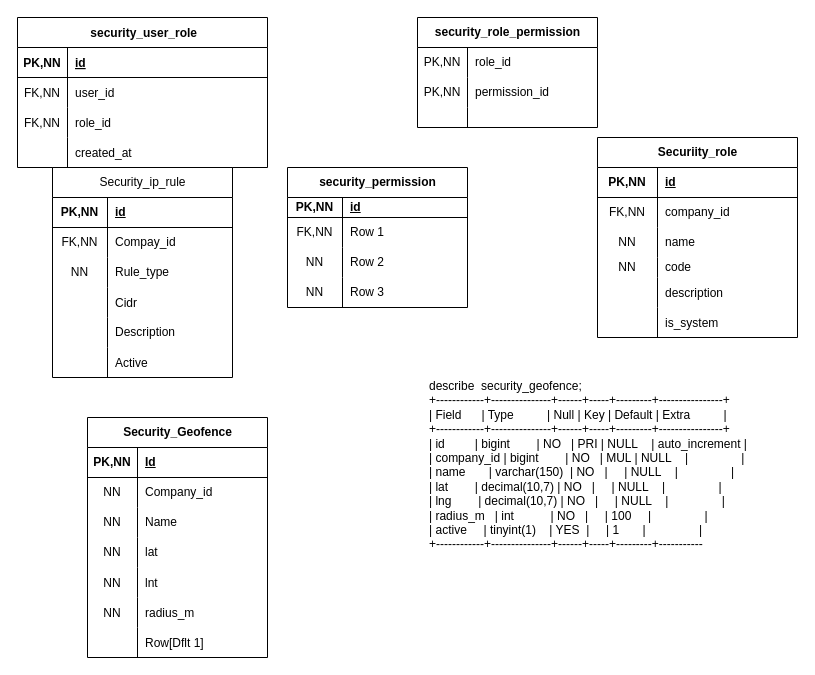
The draw.io diagram Untitled Diagram.drawio.xml in Shreya-Kosabe-07/hrms_flows2, before the edit. Source tidied: cells renumbered, new cells numbered last; positions are measured from the earlier drawing's top-left corner, leaving out a move shared by most shapes. Both pictures are drawn from the tidied source at 100%, with x=0, y=0 at pixel (17, 17).
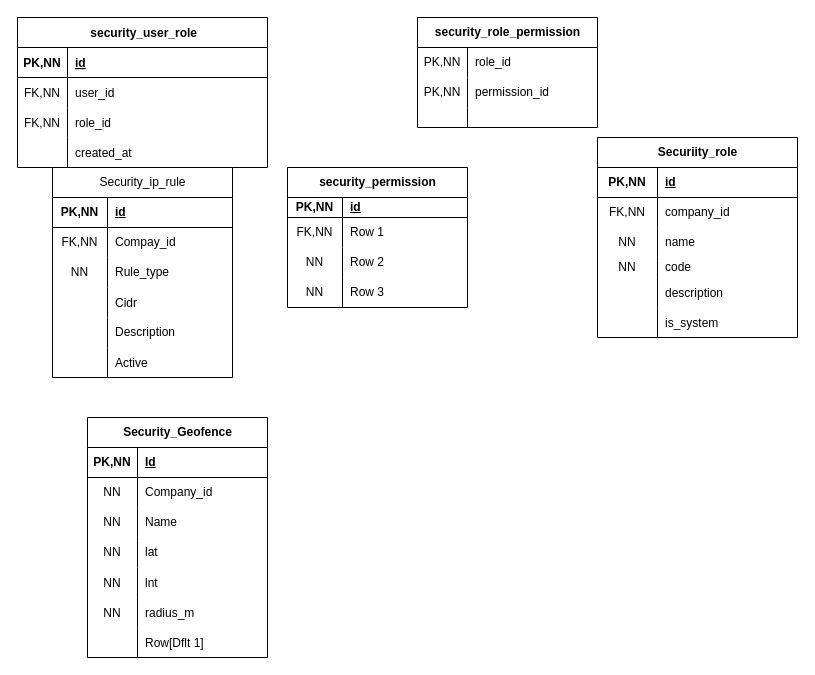
The same diagram, later.

Diff of the diagram source:
```diff
@@
-    <mxCell id="76" value="describe  security_geofence;&#10;+------------+---------------+------+-----+---------+----------------+&#10;| Field      | Type          | Null | Key | Default | Extra          |&#10;+------------+---------------+------+-----+---------+----------------+&#10;| id         | bigint        | NO   | PRI | NULL    | auto_increment |&#10;| company_id | bigint        | NO   | MUL | NULL    |                |&#10;| name       | varchar(150)  | NO   |     | NULL    |                |&#10;| lat        | decimal(10,7) | NO   |     | NULL    |                |&#10;| lng        | decimal(10,7) | NO   |     | NULL    |                |&#10;| radius_m   | int           | NO   |     | 100     |                |&#10;| active     | tinyint(1)    | YES  |     | 1       |                |&#10;+------------+---------------+------+-----+---------+-----------" style="text;whiteSpace=wrap;" parent="1" vertex="1">
-      <mxGeometry x="410" y="355" width="350" height="200" as="geometry" />
-    </mxCell>
```
